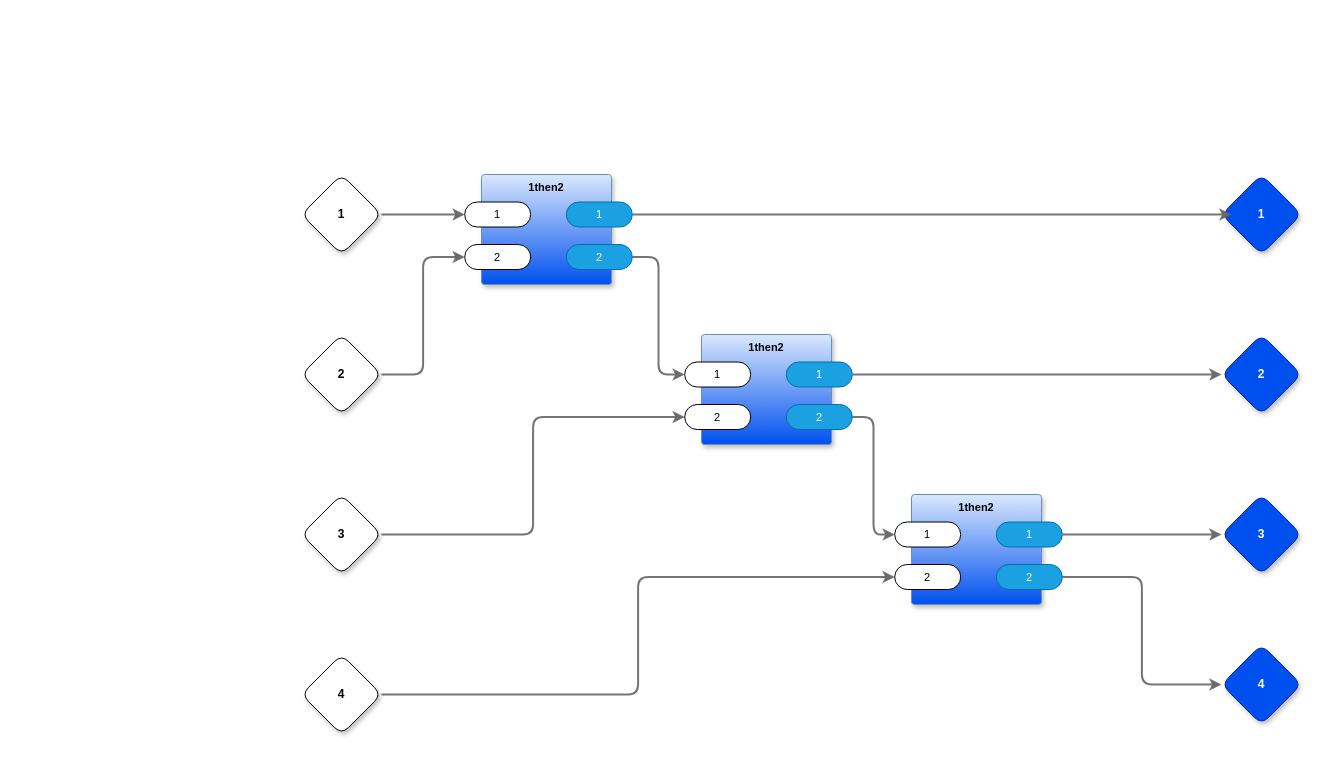
Above: page "All Before 4" (3 of 8) of python/std/transpile.drawio in guitarvydas/0D (draw.io), before the change. Source tidied: cells renumbered, new cells numbered last; positions are measured from the earlier drawing's top-left corner, leaving out a move shared by most shapes. Both pictures are drawn from the tidied source at 100%, with x=0, y=0 at pixel (301, 174).
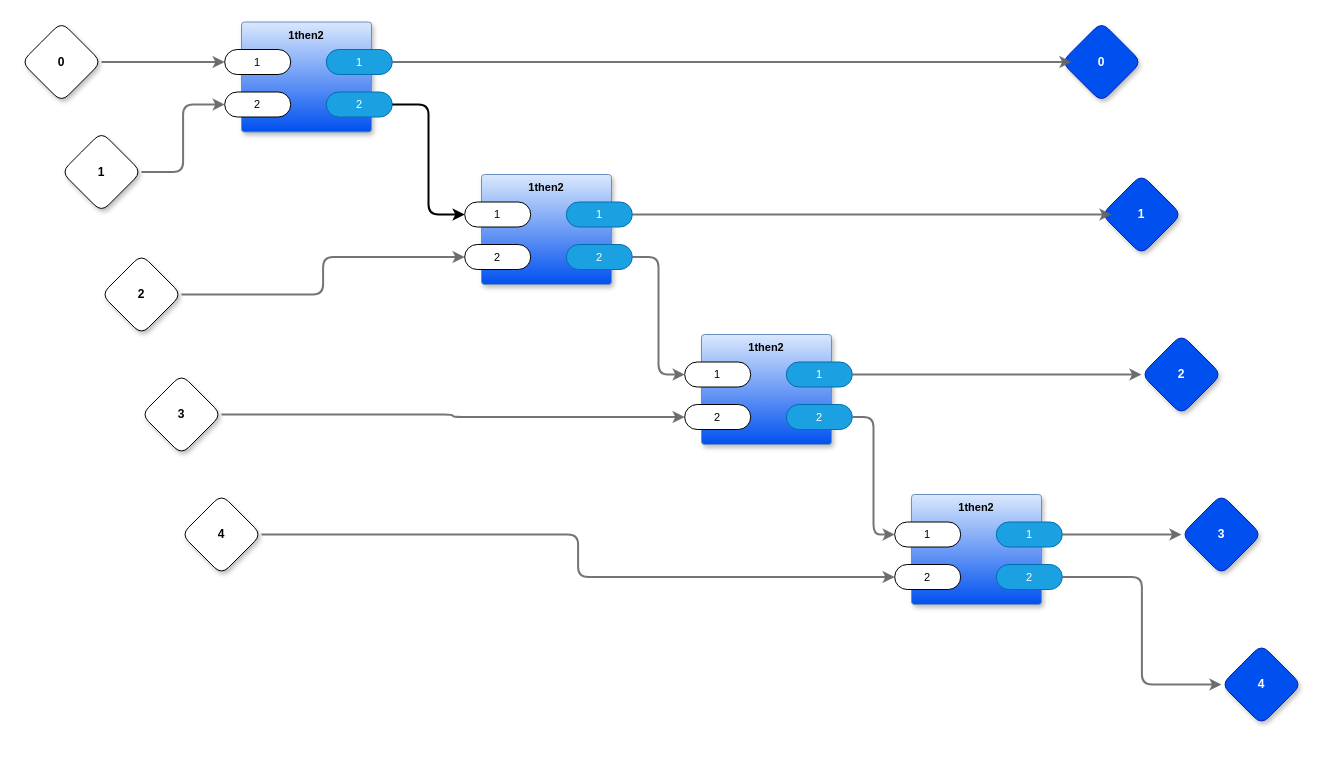
The same page after the edit.

The change refers to these unchanged cells:
```xml
<mxCell id="15" value="1" style="rounded=1;whiteSpace=wrap;html=1;sketch=0;points=[[0,0.5,0,0,0],[1,0.5,0,0,0]];arcSize=50;fontFamily=Helvetica;fontSize=11;fontColor=default;" parent="14" vertex="1">
  <mxGeometry x="-16.8" y="27.5" width="66" height="25" as="geometry" />
</mxCell>
```

Change to the diagram source:
```diff
@@
-    <mxCell id="2" style="edgeStyle=orthogonalEdgeStyle;shape=connector;rounded=1;jumpStyle=arc;jettySize=auto;html=1;exitX=1;exitY=0.5;exitDx=0;exitDy=0;exitPerimeter=0;entryX=0;entryY=0.5;entryDx=0;entryDy=0;entryPerimeter=0;labelBackgroundColor=default;strokeColor=#666666;strokeWidth=2;fontFamily=Helvetica;fontSize=11;fontColor=default;endArrow=classic;fillColor=#f5f5f5;opacity=90;" parent="1" edge="1" source="3" target="15">
+    <mxCell id="2" style="edgeStyle=orthogonalEdgeStyle;shape=connector;rounded=1;jumpStyle=arc;jettySize=auto;html=1;exitX=1;exitY=0.5;exitDx=0;exitDy=0;exitPerimeter=0;entryX=0;entryY=0.5;entryDx=0;entryDy=0;entryPerimeter=0;labelBackgroundColor=default;strokeColor=#666666;strokeWidth=2;fontFamily=Helvetica;fontSize=11;fontColor=default;endArrow=classic;fillColor=#f5f5f5;opacity=90;" parent="1" edge="1" source="3" target="42">
       <mxGeometry relative="1" as="geometry" />
     </mxCell>
     <mxCell id="3" value="1" style="rhombus;whiteSpace=wrap;html=1;rounded=1;fontStyle=1;glass=0;sketch=0;fontSize=12;points=[[0,0.5,0,0,0],[0.5,0,0,0,0],[0.5,1,0,0,0],[1,0.5,0,0,0]];shadow=1;fontFamily=Helvetica;fontColor=default;" parent="1" vertex="1">
-      <mxGeometry width="80" height="80" as="geometry" />
+      <mxGeometry x="-240" y="-42.5" width="80" height="80" as="geometry" />
     </mxCell>
     <mxCell id="4" value="1" style="rhombus;whiteSpace=wrap;html=1;rounded=1;fillColor=#0050ef;fontColor=#ffffff;strokeColor=#001DBC;fontStyle=1;glass=0;sketch=0;fontSize=12;points=[[0,0.5,0,0,0],[0.5,0,0,0,0],[0.5,1,0,0,0],[1,0.5,0,0,0]];shadow=1;fontFamily=Helvetica;" parent="1" vertex="1">
-      <mxGeometry x="920" width="80" height="80" as="geometry" />
+      <mxGeometry x="800" width="80" height="80" as="geometry" />
     </mxCell>
@@
     <mxCell id="6" value="2" style="rhombus;whiteSpace=wrap;html=1;rounded=1;fontStyle=1;glass=0;sketch=0;fontSize=12;points=[[0,0.5,0,0,0],[0.5,0,0,0,0],[0.5,1,0,0,0],[1,0.5,0,0,0]];shadow=1;fontFamily=Helvetica;fontColor=default;" parent="1" vertex="1">
-      <mxGeometry y="160" width="80" height="80" as="geometry" />
+      <mxGeometry x="-200" y="80" width="80" height="80" as="geometry" />
     </mxCell>
     <mxCell id="7" value="2" style="rhombus;whiteSpace=wrap;html=1;rounded=1;fillColor=#0050ef;fontColor=#ffffff;strokeColor=#001DBC;fontStyle=1;glass=0;sketch=0;fontSize=12;points=[[0,0.5,0,0,0],[0.5,0,0,0,0],[0.5,1,0,0,0],[1,0.5,0,0,0]];shadow=1;fontFamily=Helvetica;" parent="1" vertex="1">
-      <mxGeometry x="920" y="160" width="80" height="80" as="geometry" />
+      <mxGeometry x="840" y="160" width="80" height="80" as="geometry" />
     </mxCell>
@@
     <mxCell id="9" value="3" style="rhombus;whiteSpace=wrap;html=1;rounded=1;fontStyle=1;glass=0;sketch=0;fontSize=12;points=[[0,0.5,0,0,0],[0.5,0,0,0,0],[0.5,1,0,0,0],[1,0.5,0,0,0]];shadow=1;fontFamily=Helvetica;fontColor=default;" parent="1" vertex="1">
-      <mxGeometry y="320" width="80" height="80" as="geometry" />
+      <mxGeometry x="-160" y="200" width="80" height="80" as="geometry" />
     </mxCell>
     <mxCell id="10" value="3" style="rhombus;whiteSpace=wrap;html=1;rounded=1;fillColor=#0050ef;fontColor=#ffffff;strokeColor=#001DBC;fontStyle=1;glass=0;sketch=0;fontSize=12;points=[[0,0.5,0,0,0],[0.5,0,0,0,0],[0.5,1,0,0,0],[1,0.5,0,0,0]];shadow=1;fontFamily=Helvetica;" parent="1" vertex="1">
-      <mxGeometry x="920" y="320" width="80" height="80" as="geometry" />
+      <mxGeometry x="880" y="320" width="80" height="80" as="geometry" />
     </mxCell>
@@
     <mxCell id="12" value="4" style="rhombus;whiteSpace=wrap;html=1;rounded=1;fontStyle=1;glass=0;sketch=0;fontSize=12;points=[[0,0.5,0,0,0],[0.5,0,0,0,0],[0.5,1,0,0,0],[1,0.5,0,0,0]];shadow=1;fontFamily=Helvetica;fontColor=default;" parent="1" vertex="1">
-      <mxGeometry y="480" width="80" height="80" as="geometry" />
+      <mxGeometry x="-120" y="320" width="80" height="80" as="geometry" />
     </mxCell>
@@
+    <mxCell id="35" style="edgeStyle=orthogonalEdgeStyle;shape=connector;rounded=1;jumpStyle=arc;jettySize=auto;html=1;exitX=1;exitY=0.5;exitDx=0;exitDy=0;exitPerimeter=0;entryX=0;entryY=0.5;entryDx=0;entryDy=0;entryPerimeter=0;labelBackgroundColor=default;strokeColor=#666666;strokeWidth=2;fontFamily=Helvetica;fontSize=11;fontColor=default;endArrow=classic;fillColor=#f5f5f5;opacity=90;" parent="1" edge="1" source="36" target="39">
+      <mxGeometry relative="1" as="geometry" />
+    </mxCell>
+    <mxCell id="36" value="0" style="rhombus;whiteSpace=wrap;html=1;rounded=1;fontStyle=1;glass=0;sketch=0;fontSize=12;points=[[0,0.5,0,0,0],[0.5,0,0,0,0],[0.5,1,0,0,0],[1,0.5,0,0,0]];shadow=1;fontFamily=Helvetica;fontColor=default;" parent="1" vertex="1">
+      <mxGeometry x="-280" y="-152.5" width="80" height="80" as="geometry" />
+    </mxCell>
+    <mxCell id="37" value="0" style="rhombus;whiteSpace=wrap;html=1;rounded=1;fillColor=#0050ef;fontColor=#ffffff;strokeColor=#001DBC;fontStyle=1;glass=0;sketch=0;fontSize=12;points=[[0,0.5,0,0,0],[0.5,0,0,0,0],[0.5,1,0,0,0],[1,0.5,0,0,0]];shadow=1;fontFamily=Helvetica;" parent="1" vertex="1">
+      <mxGeometry x="760" y="-152.5" width="80" height="80" as="geometry" />
+    </mxCell>
+    <mxCell id="38" value="1then2" style="rounded=1;whiteSpace=wrap;html=1;sketch=0;verticalAlign=top;arcSize=6;fontStyle=1;absoluteArcSize=1;shadow=1;strokeColor=#6c8ebf;fillColor=#dae8fc;fontFamily=Helvetica;fontSize=11;gradientColor=#0050EF;" parent="1" vertex="1">
+      <mxGeometry x="-60" y="-152.5" width="130" height="110" as="geometry" />
+    </mxCell>
+    <mxCell id="39" value="1" style="rounded=1;whiteSpace=wrap;html=1;sketch=0;points=[[0,0.5,0,0,0],[1,0.5,0,0,0]];arcSize=50;fontFamily=Helvetica;fontSize=11;fontColor=default;" parent="38" vertex="1">
+      <mxGeometry x="-16.8" y="27.5" width="66" height="25" as="geometry" />
+    </mxCell>
+    <mxCell id="40" value="1" style="rounded=1;whiteSpace=wrap;html=1;sketch=0;points=[[0,0.5,0,0,0],[1,0.5,0,0,0]];fillColor=#1ba1e2;fontColor=#ffffff;strokeColor=#006EAF;arcSize=50;fontFamily=Helvetica;fontSize=11;" parent="38" vertex="1">
+      <mxGeometry x="84.8" y="27.5" width="66" height="25" as="geometry" />
+    </mxCell>
+    <mxCell id="41" value="2" style="rounded=1;whiteSpace=wrap;html=1;sketch=0;points=[[0,0.5,0,0,0],[1,0.5,0,0,0]];fillColor=#1ba1e2;fontColor=#ffffff;strokeColor=#006EAF;arcSize=50;fontFamily=Helvetica;fontSize=11;" parent="38" vertex="1">
+      <mxGeometry x="84.8" y="70" width="66" height="25" as="geometry" />
+    </mxCell>
+    <mxCell id="42" value="2" style="rounded=1;whiteSpace=wrap;html=1;sketch=0;points=[[0,0.5,0,0,0],[1,0.5,0,0,0]];arcSize=50;fontFamily=Helvetica;fontSize=11;fontColor=default;" parent="38" vertex="1">
+      <mxGeometry x="-16.8" y="70" width="66" height="25" as="geometry" />
+    </mxCell>
+    <mxCell id="43" style="edgeStyle=orthogonalEdgeStyle;shape=connector;rounded=1;jumpStyle=arc;jettySize=auto;html=1;exitX=1;exitY=0.5;exitDx=0;exitDy=0;exitPerimeter=0;entryX=0.125;entryY=0.5;entryDx=0;entryDy=0;entryPerimeter=0;labelBackgroundColor=default;strokeColor=#666666;strokeWidth=2;fontFamily=Helvetica;fontSize=11;fontColor=default;endArrow=classic;fillColor=#f5f5f5;opacity=90;" parent="1" edge="1" source="40" target="37">
+      <mxGeometry relative="1" as="geometry" />
+    </mxCell>
+    <mxCell id="44" style="edgeStyle=orthogonalEdgeStyle;curved=0;rounded=1;jettySize=auto;html=1;exitX=1;exitY=0.5;exitDx=0;exitDy=0;exitPerimeter=0;entryX=0;entryY=0.5;entryDx=0;entryDy=0;entryPerimeter=0;strokeColor=default;strokeWidth=2;align=center;verticalAlign=middle;fontFamily=Helvetica;fontSize=11;fontColor=default;labelBackgroundColor=default;endArrow=classic;" parent="1" edge="1" source="41" target="15">
+      <mxGeometry relative="1" as="geometry" />
+    </mxCell>
```
